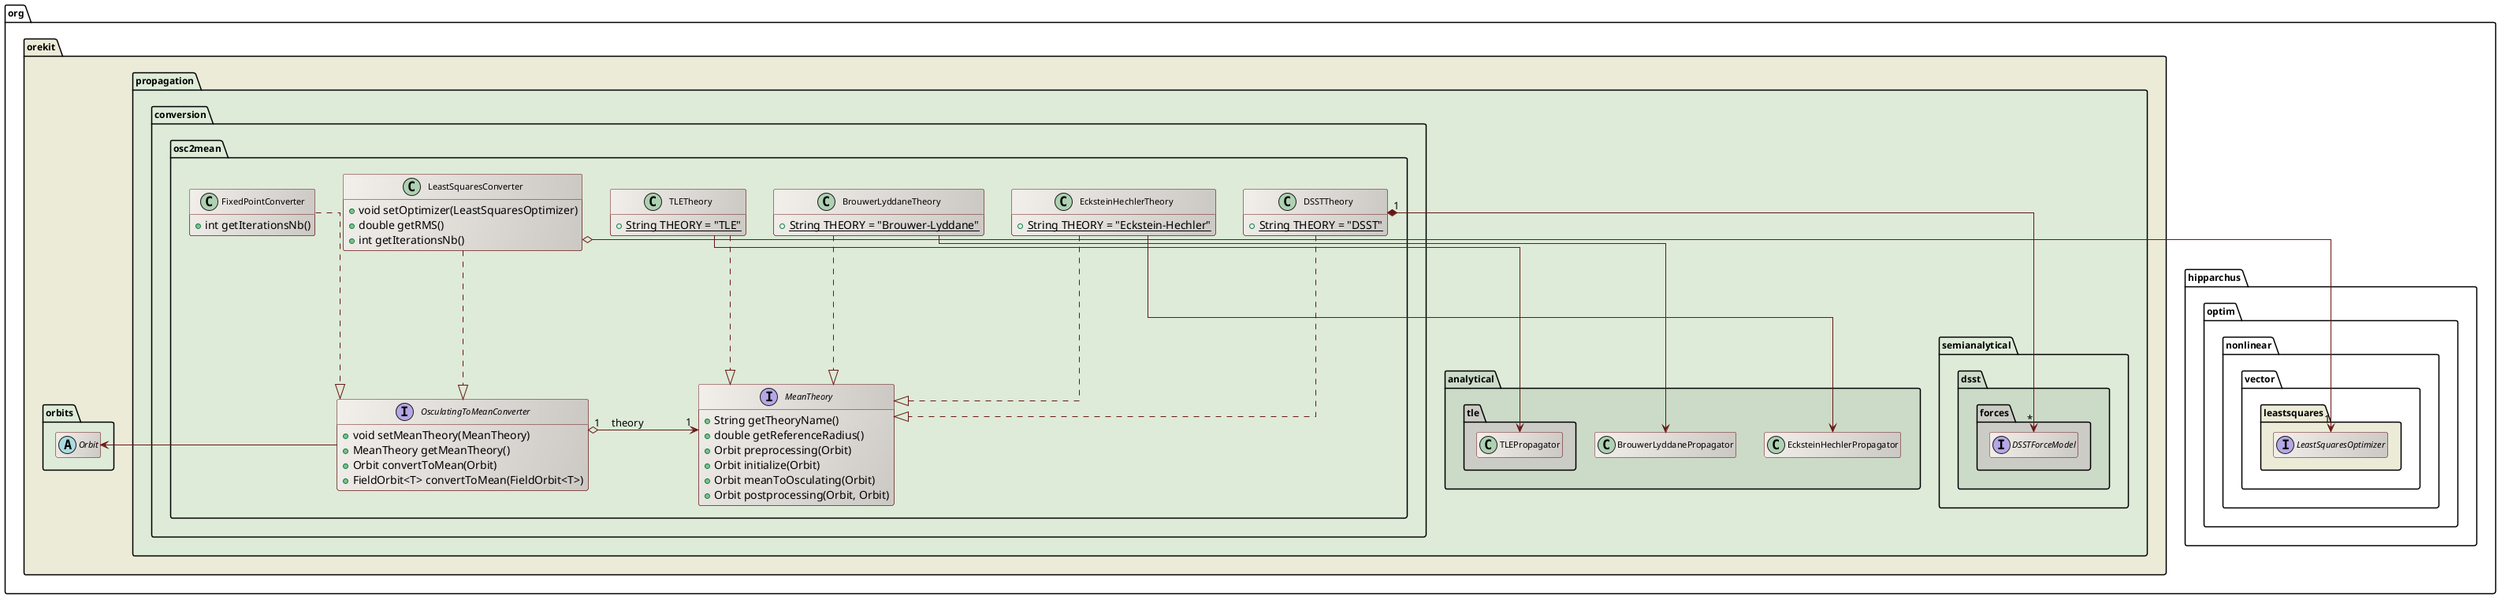
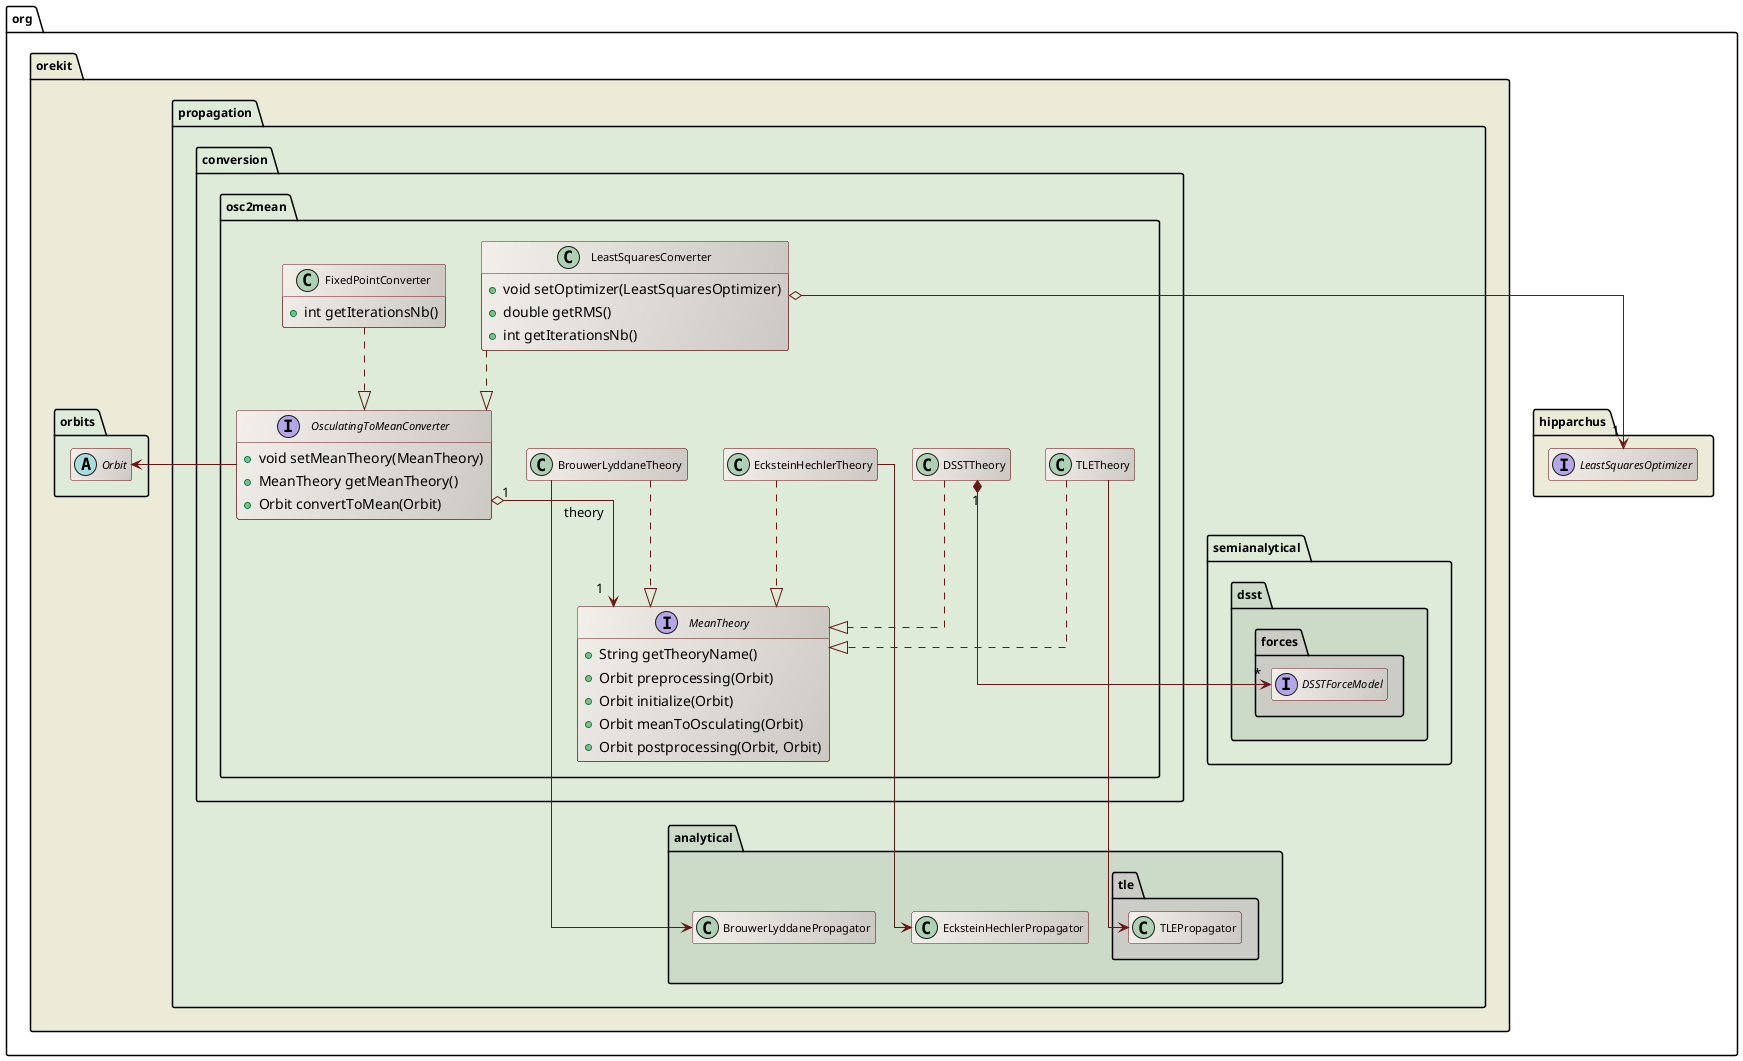
' Copyright 2002-2026 CS GROUP
' Licensed to CS GROUP (CS) under one or more
' contributor license agreements.  See the NOTICE file distributed with
' this work for additional information regarding copyright ownership.
' CS licenses this file to You under the Apache License, Version 2.0
' (the "License"); you may not use this file except in compliance with
' the License.  You may obtain a copy of the License at
'
'   http://www.apache.org/licenses/LICENSE-2.0
'
' Unless required by applicable law or agreed to in writing, software
' distributed under the License is distributed on an "AS IS" BASIS,
' WITHOUT WARRANTIES OR CONDITIONS OF ANY KIND, either express or implied.
' See the License for the specific language governing permissions and
' limitations under the License.

@startuml

  skinparam svek                  true
  skinparam ClassBackgroundColor  #F3EFEB/CCC9C5
  skinparam ClassArrowColor       #691616
  skinparam ClassBorderColor      #691616
  skinparam NoteBackgroundColor   #F3EFEB
  skinparam NoteBorderColor       #691616
  skinparam NoteFontColor         #691616
  skinparam ClassFontSize         11
  skinparam PackageFontSize       12
+   skinparam Padding               2
  skinparam linetype              ortho
  hide empty members

  package org.orekit #ECEBD8 {

    package "propagation.conversion.osc2mean" #DDEBD8 {

      together {
        class FixedPointConverter {
          +int getIterationsNb()
        }

        class LeastSquaresConverter {
          +void setOptimizer(LeastSquaresOptimizer)
          +double getRMS()
          +int getIterationsNb()
        }
      }

      interface OsculatingToMeanConverter {
        +void setMeanTheory(MeanTheory)
        +MeanTheory getMeanTheory()
        +Orbit convertToMean(Orbit)
-         +FieldOrbit<T> convertToMean(FieldOrbit<T>)
      }

      interface MeanTheory {
        +String getTheoryName()
-         +double getReferenceRadius()
        +Orbit preprocessing(Orbit)
        +Orbit initialize(Orbit)
        +Orbit meanToOsculating(Orbit)
        +Orbit postprocessing(Orbit, Orbit)
      }

      together {
-         class BrouwerLyddaneTheory {
-           +{static} String THEORY = "Brouwer-Lyddane"
-         }
- 
-         class EcksteinHechlerTheory {
-           +{static} String THEORY = "Eckstein-Hechler"
-         }
- 
-         class DSSTTheory {
-           +{static} String THEORY = "DSST"
-         }
- 
-         class TLETheory {
-           +{static} String THEORY = "TLE"
-         }
+         class BrouwerLyddaneTheory
+         class EcksteinHechlerTheory
+         class DSSTTheory
+         class TLETheory
      }

    }

    package propagation #DDEBD8 {

      package analytical #CBDBC8 {
        together {
          class BrouwerLyddanePropagator
          class EcksteinHechlerPropagator
        }
        package tle #CCCCC7 {
          class TLEPropagator
        }
      }

      package "semianalytical.dsst" #CBDBC8 {
        package forces #CCCCC7 {
          interface DSSTForceModel
        }
      }

    }

    package orbits #DDEBD8 {
      abstract class Orbit
    }

  }

-   package org.hipparchus.optim.nonlinear.vector.leastsquares #ECEBD8 {
+   package org.hipparchus #ECEBD8 {
    interface LeastSquaresOptimizer
  }

  FixedPointConverter      ..|> OsculatingToMeanConverter
  LeastSquaresConverter    ..|> OsculatingToMeanConverter

  BrouwerLyddaneTheory  ..|> MeanTheory
  EcksteinHechlerTheory ..|> MeanTheory
  DSSTTheory            ..|> MeanTheory
  TLETheory             ..|> MeanTheory

  OsculatingToMeanConverter "1" o--> "1" MeanTheory : theory
-   OsculatingToMeanConverter -[hidden]right-> MeanTheory
  OsculatingToMeanConverter -right-> Orbit

  BrouwerLyddaneTheory  --> BrouwerLyddanePropagator
  EcksteinHechlerTheory --> EcksteinHechlerPropagator
  TLETheory             --> TLEPropagator
  DSSTTheory "1" *--> "*" DSSTForceModel

  LeastSquaresConverter o--> "1" LeastSquaresOptimizer

+   ' Force propagation package below osc2mean
+   MeanTheory -[hidden]down-> BrouwerLyddanePropagator
+ 

@enduml
